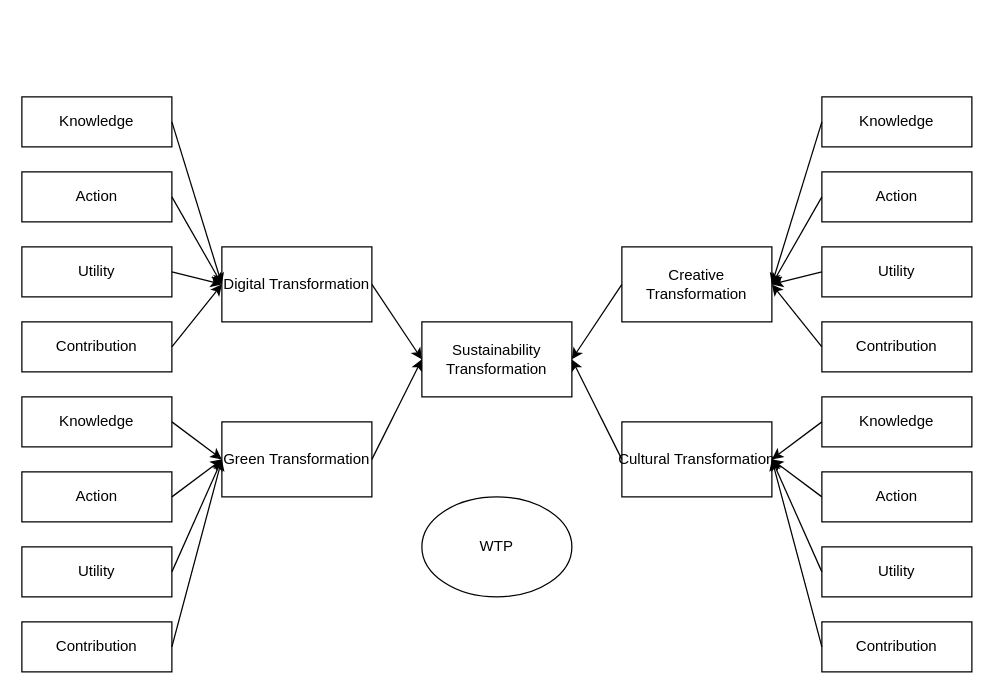
The draw.io diagram r1.drawio in hnks-gh/draw.io, before the edit. Source tidied: cells renumbered, new cells numbered last; positions are measured from the earlier drawing's top-left corner, leaving out a move shared by most shapes. Both pictures are drawn from the tidied source at 125%, with x=0, y=0 at pixel (21, 96).
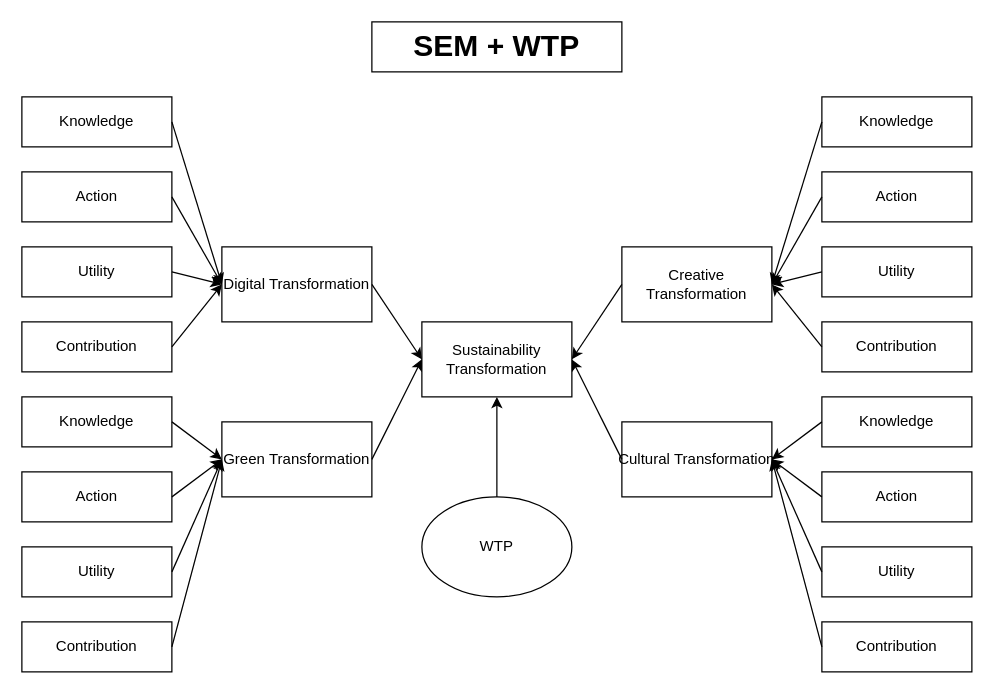
After the change.

The change refers to these unchanged cells:
```xml
<mxCell id="2" value="Sustainability Transformation" style="rounded=0;whiteSpace=wrap;html=1;" parent="1" vertex="1">
  <mxGeometry x="320" y="180" width="120" height="60" as="geometry" />
</mxCell>
<mxCell id="43" value="WTP" style="ellipse;whiteSpace=wrap;html=1;" parent="1" vertex="1">
  <mxGeometry x="320" y="320" width="120" height="80" as="geometry" />
</mxCell>
```

Diff of the diagram source:
```diff
@@
+    <mxCell id="44" style="endArrow=classic;html=1;rounded=0;exitX=0.5;exitY=0;exitDx=0;exitDy=0;entryX=0.5;entryY=1;entryDx=0;entryDy=0;" parent="1" edge="1" source="43" target="2">
+      <mxGeometry relative="1" as="geometry" />
+    </mxCell>
+    <mxCell id="45" value="SEM + WTP" style="rounded=0;whiteSpace=wrap;html=1;fontStyle=1;fontSize=24;" parent="1" vertex="1">
+      <mxGeometry x="280" y="-60" width="200" height="40" as="geometry" />
+    </mxCell>
```
